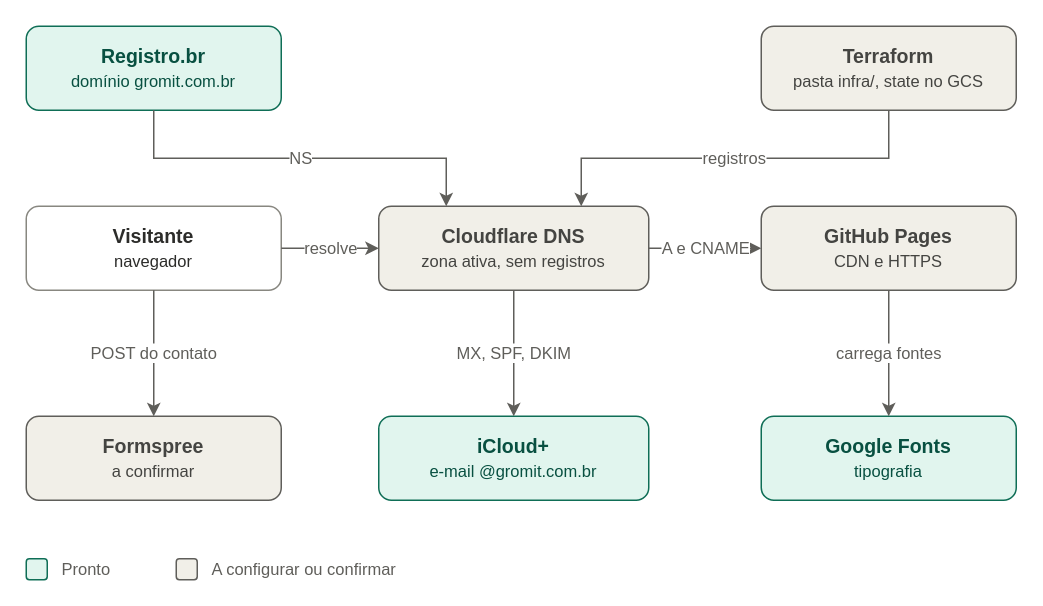
The draw.io diagram docs/gromit-site-infra.drawio in danilofreytas/gromit-innovation, before the edit. Source tidied: cells renumbered, new cells numbered last; positions are measured from the earlier drawing's top-left corner, leaving out a move shared by most shapes. Both pictures are drawn from the tidied source at 150%, with x=0, y=0 at pixel (26, 26).
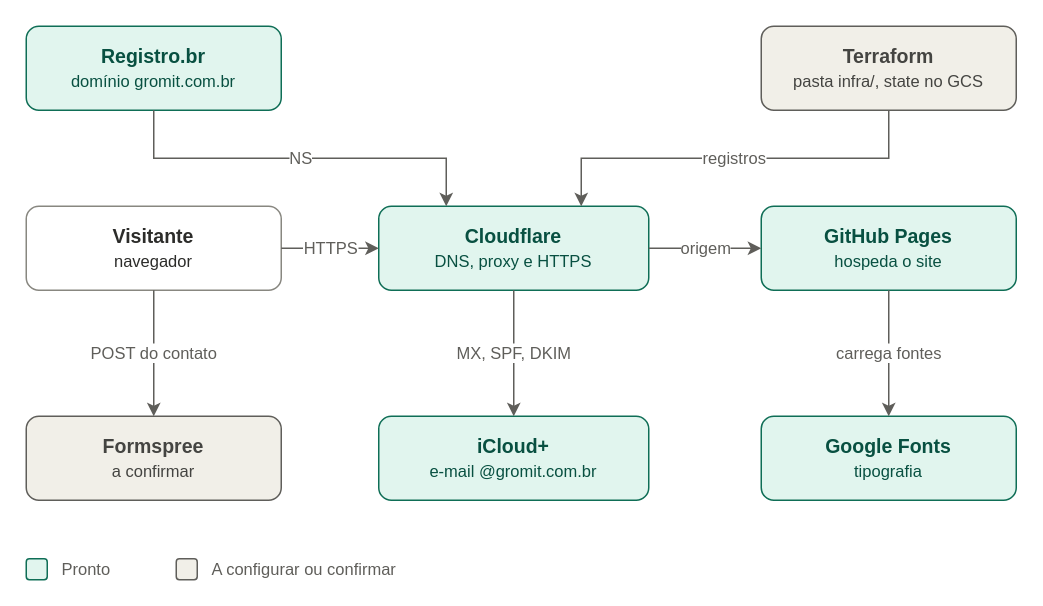
Above is the later version.

Commit message (it also covers changes not shown here):
feat(infra): HTTPS do domínio pelo Cloudflare (proxy ligado), Terraform e documentação alinhados

The change refers to these unchanged cells:
```xml
<mxCell id="4" value="&lt;b&gt;Visitante&lt;/b&gt;&lt;br&gt;&lt;font style=&quot;font-size:11px&quot;&gt;navegador&lt;/font&gt;" style="rounded=1;whiteSpace=wrap;html=1;fontSize=13;fillColor=#FFFFFF;strokeColor=#888780;fontColor=#2C2C2A;" parent="1" vertex="1">
  <mxGeometry y="120" width="170" height="56" as="geometry" />
</mxCell>
```

What changed in the source:
```diff
@@
-    <mxCell id="5" value="&lt;b&gt;Cloudflare DNS&lt;/b&gt;&lt;br&gt;&lt;font style=&quot;font-size:11px&quot;&gt;zona ativa, sem registros&lt;/font&gt;" style="rounded=1;whiteSpace=wrap;html=1;fontSize=13;fillColor=#F1EFE8;strokeColor=#5F5E5A;fontColor=#444441;" parent="1" vertex="1">
+    <mxCell id="5" value="&lt;b&gt;Cloudflare&lt;/b&gt;&lt;br&gt;&lt;font style=&quot;font-size:11px&quot;&gt;DNS, proxy e HTTPS&lt;/font&gt;" style="rounded=1;whiteSpace=wrap;html=1;fontSize=13;fillColor=#E1F5EE;strokeColor=#0F6E56;fontColor=#085041;" parent="1" vertex="1">
       <mxGeometry x="235" y="120" width="180" height="56" as="geometry" />
     </mxCell>
-    <mxCell id="6" value="&lt;b&gt;GitHub Pages&lt;/b&gt;&lt;br&gt;&lt;font style=&quot;font-size:11px&quot;&gt;CDN e HTTPS&lt;/font&gt;" style="rounded=1;whiteSpace=wrap;html=1;fontSize=13;fillColor=#F1EFE8;strokeColor=#5F5E5A;fontColor=#444441;" parent="1" vertex="1">
+    <mxCell id="6" value="&lt;b&gt;GitHub Pages&lt;/b&gt;&lt;br&gt;&lt;font style=&quot;font-size:11px&quot;&gt;hospeda o site&lt;/font&gt;" style="rounded=1;whiteSpace=wrap;html=1;fontSize=13;fillColor=#E1F5EE;strokeColor=#0F6E56;fontColor=#085041;" parent="1" vertex="1">
       <mxGeometry x="490" y="120" width="170" height="56" as="geometry" />
     </mxCell>
@@
-    <mxCell id="12" value="resolve" style="edgeStyle=orthogonalEdgeStyle;rounded=0;html=1;endArrow=classic;strokeColor=#5F5E5A;fontSize=11;fontColor=#5F5E5A;labelBackgroundColor=#FFFFFF;" parent="1" edge="1" source="4" target="5">
+    <mxCell id="12" value="HTTPS" style="edgeStyle=orthogonalEdgeStyle;rounded=0;html=1;endArrow=classic;strokeColor=#5F5E5A;fontSize=11;fontColor=#5F5E5A;labelBackgroundColor=#FFFFFF;" parent="1" edge="1" source="4" target="5">
       <mxGeometry relative="1" as="geometry" />
     </mxCell>
-    <mxCell id="13" value="A e CNAME" style="edgeStyle=orthogonalEdgeStyle;rounded=0;html=1;endArrow=classic;strokeColor=#5F5E5A;fontSize=11;fontColor=#5F5E5A;labelBackgroundColor=#FFFFFF;" parent="1" edge="1" source="5" target="6">
+    <mxCell id="13" value="origem" style="edgeStyle=orthogonalEdgeStyle;rounded=0;html=1;endArrow=classic;strokeColor=#5F5E5A;fontSize=11;fontColor=#5F5E5A;labelBackgroundColor=#FFFFFF;" parent="1" edge="1" source="5" target="6">
       <mxGeometry relative="1" as="geometry" />
     </mxCell>
```
